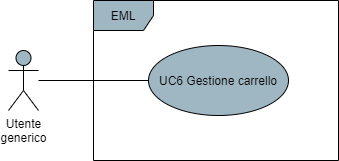
Earlier version of the draw.io export DocumentazioneEsterna/AnalisiDeiRequisiti/res/UseCase/Immagini/CarrelloGenerale.png (Omicron-Team/Documentazione). Source tidied: cells renumbered, new cells last; positions are measured from the earlier drawing's top-left corner, leaving out a move shared by most shapes.
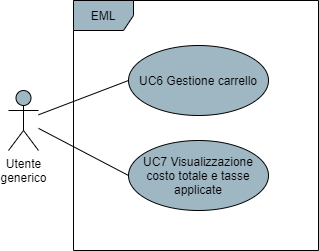
After the commit.

The edit, as a diff of the source:
```diff
@@ -2,17 +2,23 @@
   <root>
     <mxCell id="0" />
     <mxCell id="1" parent="0" />
-    <mxCell id="2" style="edgeStyle=orthogonalEdgeStyle;rounded=0;jettySize=auto;html=1;endArrow=none;endFill=0;" parent="1" edge="1" source="3" target="5">
-      <mxGeometry relative="1" as="geometry" />
-    </mxCell>
     <mxCell id="3" value="Utente&lt;br&gt;generico" style="shape=umlActor;verticalLabelPosition=bottom;verticalAlign=top;html=1;fillColor=#9FB6C3;" parent="1" vertex="1">
-      <mxGeometry y="50" width="30" height="60" as="geometry" />
+      <mxGeometry x="20" y="90" width="30" height="60" as="geometry" />
     </mxCell>
     <mxCell id="4" value="EML" style="shape=umlFrame;whiteSpace=wrap;html=1;fillColor=#9FB6C3;" parent="1" vertex="1">
-      <mxGeometry x="85" width="245" height="160" as="geometry" />
+      <mxGeometry x="85" width="245" height="250" as="geometry" />
     </mxCell>
     <mxCell id="5" value="UC6 Gestione carrello" style="ellipse;whiteSpace=wrap;html=1;fillColor=#9FB6C3;" parent="1" vertex="1">
       <mxGeometry x="140" y="45" width="140" height="70" as="geometry" />
     </mxCell>
+    <mxCell id="6" value="UC7 Visualizzazione costo totale e tasse applicate" style="ellipse;whiteSpace=wrap;html=1;fillColor=#9FB6C3;" parent="1" vertex="1">
+      <mxGeometry x="140" y="140" width="140" height="70" as="geometry" />
+    </mxCell>
+    <mxCell id="7" style="endArrow=none;html=1;exitX=0;exitY=0.5;exitDx=0;exitDy=0;" parent="1" edge="1" source="6" target="3">
+      <mxGeometry relative="1" as="geometry" />
+    </mxCell>
+    <mxCell id="2" style="endArrow=none;html=1;entryX=0;entryY=0.5;entryDx=0;entryDy=0;" parent="1" edge="1" source="3" target="5">
+      <mxGeometry relative="1" as="geometry" />
+    </mxCell>
   </root>
 </mxGraphModel>
```
